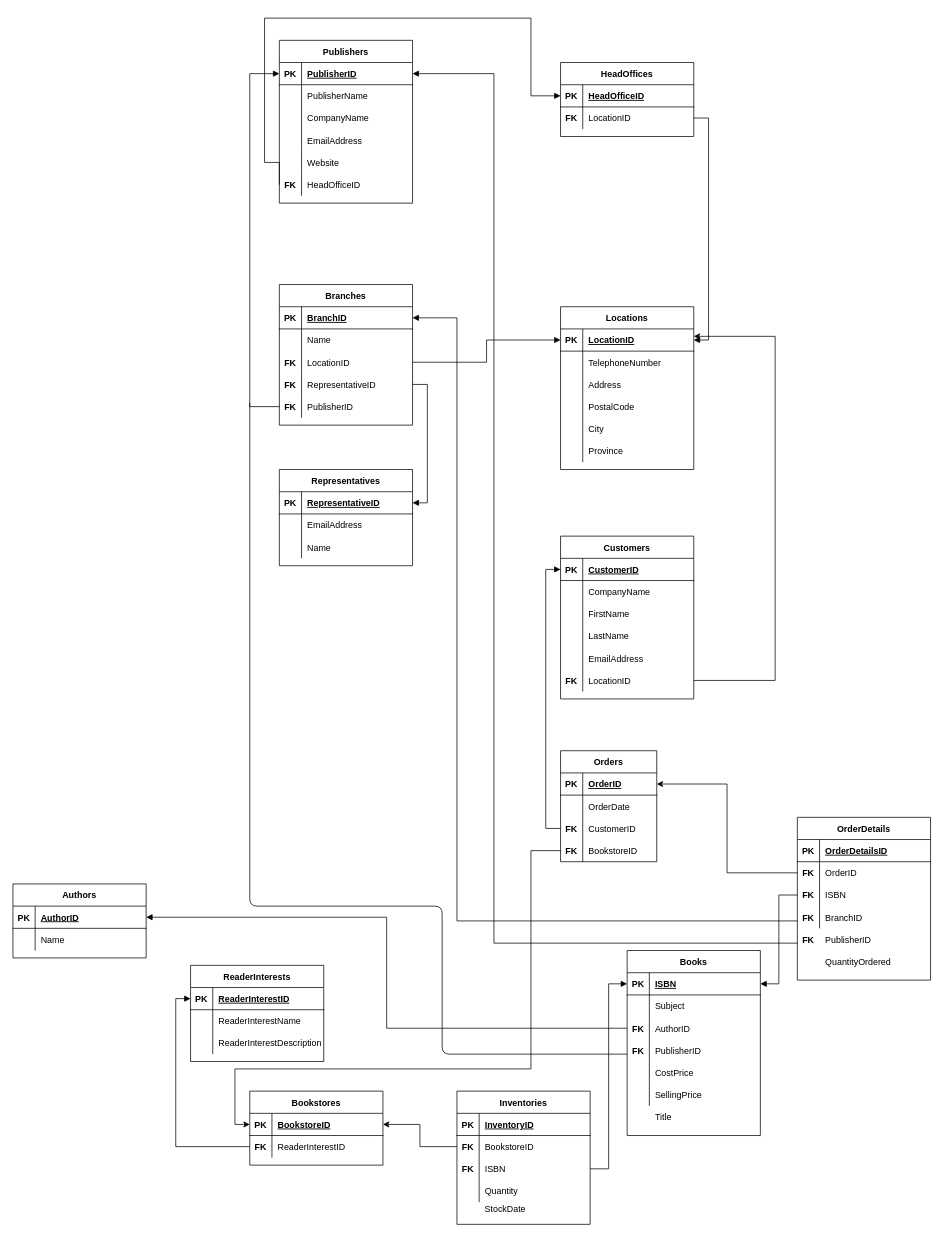
The draw.io diagram relational-schema.drawio in gordonpn/comp353-warmup-project, before the edit. Source tidied: cells renumbered, new cells numbered last; positions are measured from the earlier drawing's top-left corner, leaving out a move shared by most shapes. Both pictures are drawn from the tidied source at 74%, with x=0, y=0 at pixel (13, 18).
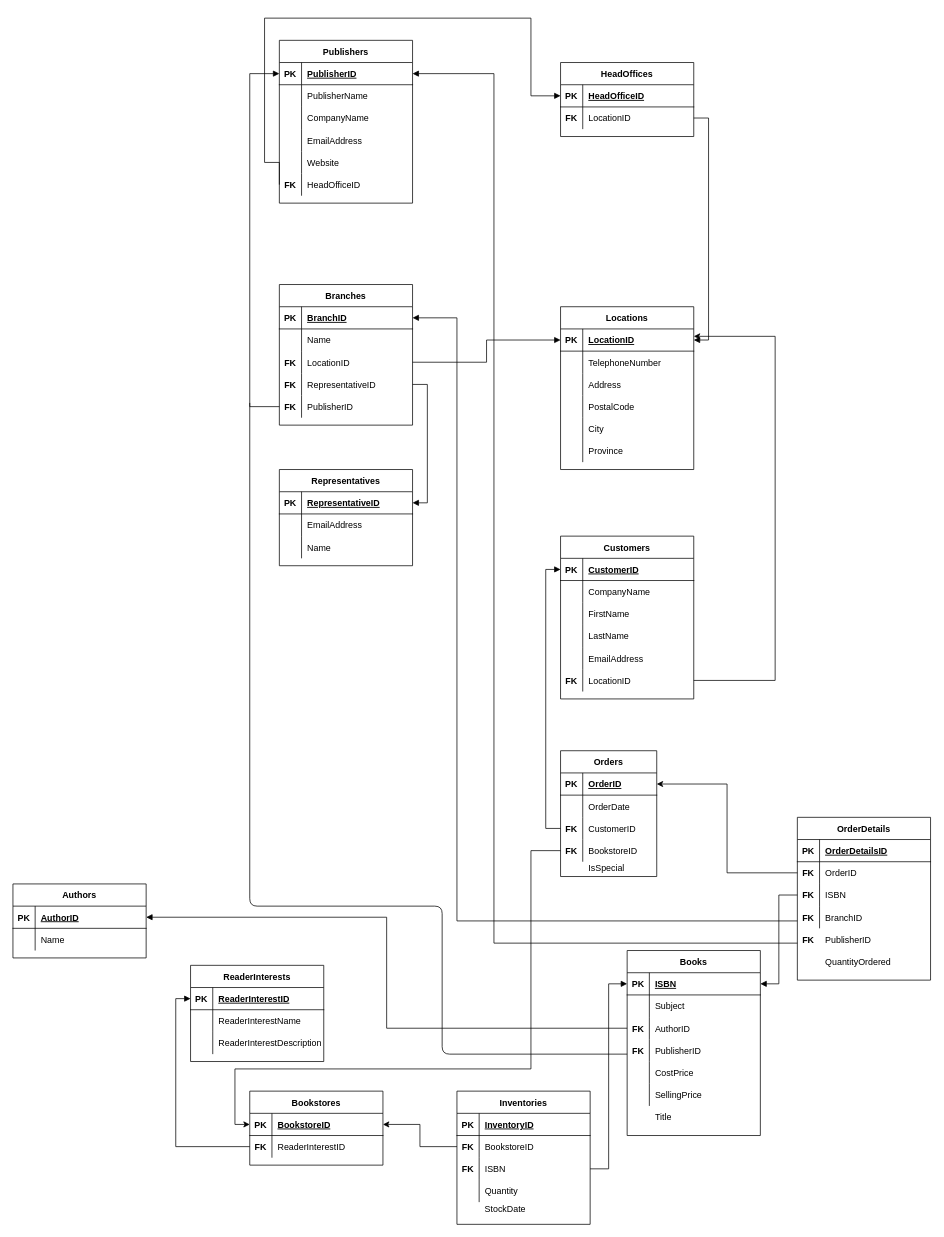
After the change.

The edit, as a diff of the source:
```diff
@@
     <mxCell id="181" value="Orders" style="shape=table;startSize=30;childLayout=tableLayout;rowLines=0;fontStyle=1;align=center;" parent="1" vertex="1">
-      <mxGeometry x="740" y="990" width="130" height="150" as="geometry" />
+      <mxGeometry x="740" y="990" width="130" height="170" as="geometry" />
     </mxCell>
@@
+    <mxCell id="202" value="IsSpecial" style="shape=partialRectangle;fillColor=none;top=0;left=0;bottom=0;right=0;align=left;spacingLeft=6;overflow=hidden;" parent="1" vertex="1">
+      <mxGeometry x="770" y="1133" width="100" height="30" as="geometry" />
+    </mxCell>
```
